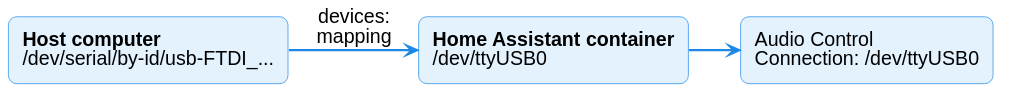
Above: docs/assets/diagrams/docker.svg in mcjelcom/ha-audio-control (PlantUML), before the change. Its source is kept beside it as docs/diagrams/docker.puml. The source it was exported from:
```plantuml
@startuml
!include _style.iuml
left to right direction
rectangle "**Host computer**\n/dev/serial/by-id/usb-FTDI_..." as host
rectangle "**Home Assistant container**\n/dev/ttyUSB0" as ctr
rectangle "Audio Control\nConnection: /dev/ttyUSB0" as ac
host --> ctr : devices:\nmapping
ctr --> ac
@enduml
```
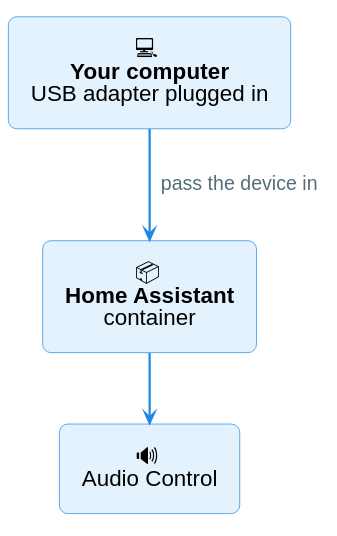
Above is the later version.

The edit, as a diff of the source:
```diff
@@ -1,9 +1,8 @@
 @startuml
 !include _style.iuml
-left to right direction
-rectangle "**Host computer**\n/dev/serial/by-id/usb-FTDI_..." as host
-rectangle "**Home Assistant container**\n/dev/ttyUSB0" as ctr
-rectangle "Audio Control\nConnection: /dev/ttyUSB0" as ac
-host --> ctr : devices:\nmapping
+rectangle "💻\n**Your computer**\nUSB adapter plugged in" as host
+rectangle "📦\n**Home Assistant**\ncontainer" as ctr
+rectangle "🔊\nAudio Control" as ac
+host --> ctr : pass the device in
 ctr --> ac
 @enduml
```
